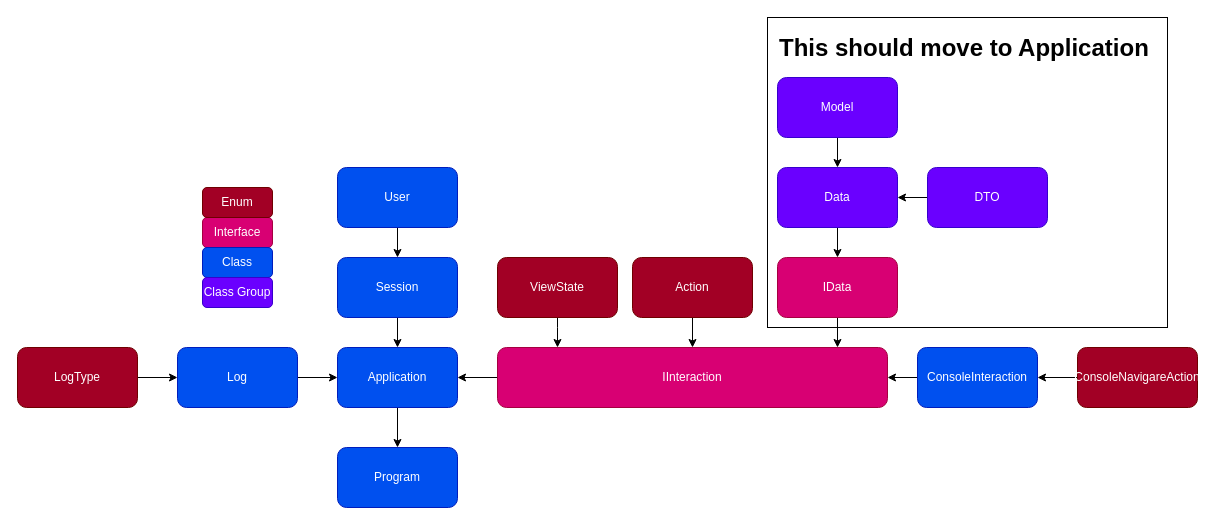
Before: Files.drawio in leo99effert/DLP, a draw.io diagram. Source tidied: cells renumbered, new cells numbered last; positions are measured from the earlier drawing's top-left corner, leaving out a move shared by most shapes. Both pictures are drawn from the tidied source at 100%, with x=0, y=0 at pixel (17, 17).
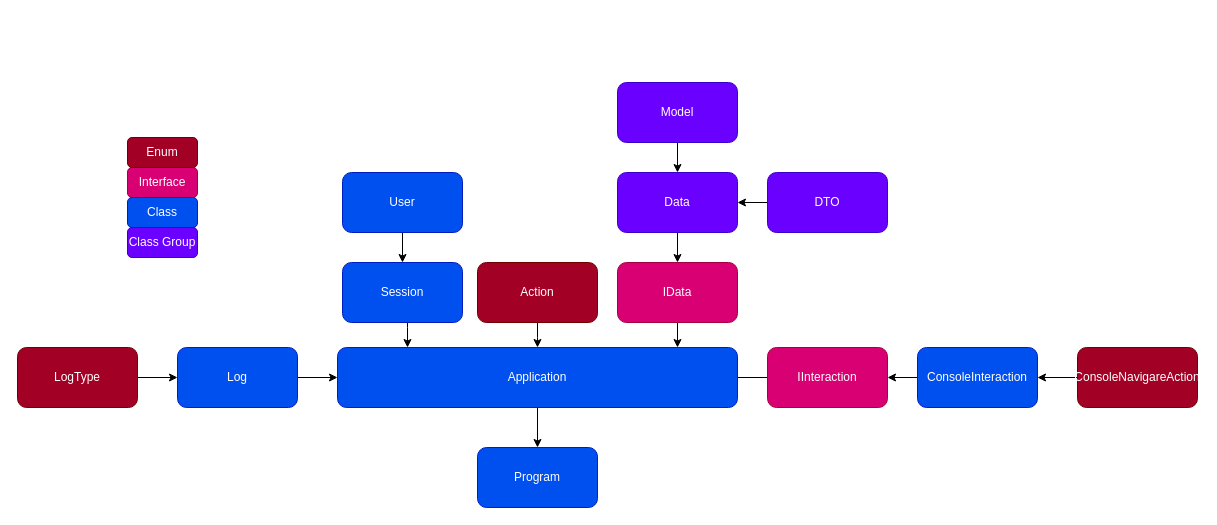
The same diagram, later.

Commit message (it also covers changes not shown here):
1.0.7 remove ViewState, move data to Application class, refactor ConsoleInteraction class

Change to the diagram source:
```diff
@@
-    <mxCell id="2" style="rounded=0;whiteSpace=wrap;html=1;" parent="1" vertex="1">
-      <mxGeometry x="750" width="400" height="310" as="geometry" />
-    </mxCell>
     <mxCell id="3" value="Program" style="rounded=1;whiteSpace=wrap;html=1;fillColor=#0050ef;fontColor=#ffffff;strokeColor=#001DBC;" parent="1" vertex="1">
-      <mxGeometry x="320" y="430" width="120" height="60" as="geometry" />
+      <mxGeometry x="460" y="430" width="120" height="60" as="geometry" />
     </mxCell>
@@
     <mxCell id="6" style="edgeStyle=orthogonalEdgeStyle;rounded=0;jettySize=auto;html=1;" parent="1" edge="1" source="7" target="11">
-      <mxGeometry relative="1" as="geometry" />
+      <mxGeometry relative="1" as="geometry">
+        <Array as="points">
+          <mxPoint x="390" y="310" />
+          <mxPoint x="390" y="310" />
+        </Array>
+      </mxGeometry>
     </mxCell>
     <mxCell id="7" value="Session" style="rounded=1;whiteSpace=wrap;html=1;fillColor=#0050ef;fontColor=#ffffff;strokeColor=#001DBC;" parent="1" vertex="1">
-      <mxGeometry x="320" y="240" width="120" height="60" as="geometry" />
+      <mxGeometry x="325" y="245" width="120" height="60" as="geometry" />
     </mxCell>
@@
     <mxCell id="9" value="IInteraction" style="rounded=1;whiteSpace=wrap;html=1;fillColor=#d80073;fontColor=#ffffff;strokeColor=#A50040;" parent="1" vertex="1">
-      <mxGeometry x="480" y="330" width="390" height="60" as="geometry" />
+      <mxGeometry x="750" y="330" width="120" height="60" as="geometry" />
     </mxCell>
@@
     <mxCell id="11" value="Application" style="rounded=1;whiteSpace=wrap;html=1;fillColor=#0050ef;fontColor=#ffffff;strokeColor=#001DBC;" parent="1" vertex="1">
-      <mxGeometry x="320" y="330" width="120" height="60" as="geometry" />
+      <mxGeometry x="320" y="330" width="400" height="60" as="geometry" />
     </mxCell>
@@
     <mxCell id="14" value="Interface" style="rounded=1;whiteSpace=wrap;html=1;fillColor=#d80073;fontColor=#ffffff;strokeColor=#A50040;" parent="1" vertex="1">
-      <mxGeometry x="185" y="200" width="70" height="30" as="geometry" />
+      <mxGeometry x="110" y="150" width="70" height="30" as="geometry" />
     </mxCell>
     <mxCell id="15" value="Class" style="rounded=1;whiteSpace=wrap;html=1;fillColor=#0050ef;fontColor=#ffffff;strokeColor=#001DBC;" parent="1" vertex="1">
-      <mxGeometry x="185" y="230" width="70" height="30" as="geometry" />
+      <mxGeometry x="110" y="180" width="70" height="30" as="geometry" />
     </mxCell>
     <mxCell id="16" value="Enum" style="rounded=1;whiteSpace=wrap;html=1;fillColor=#a20025;fontColor=#ffffff;strokeColor=#6F0000;" parent="1" vertex="1">
-      <mxGeometry x="185" y="170" width="70" height="30" as="geometry" />
+      <mxGeometry x="110" y="120" width="70" height="30" as="geometry" />
     </mxCell>
@@
     <mxCell id="20" value="User" style="rounded=1;whiteSpace=wrap;html=1;fillColor=#0050ef;fontColor=#ffffff;strokeColor=#001DBC;" parent="1" vertex="1">
-      <mxGeometry x="320" y="150" width="120" height="60" as="geometry" />
+      <mxGeometry x="325" y="155" width="120" height="60" as="geometry" />
     </mxCell>
@@
-    <mxCell id="23" style="edgeStyle=orthogonalEdgeStyle;rounded=0;jettySize=auto;html=1;" parent="1" edge="1" source="24" target="9">
-      <mxGeometry relative="1" as="geometry">
-        <Array as="points">
-          <mxPoint x="540" y="310" />
-          <mxPoint x="540" y="310" />
-        </Array>
-      </mxGeometry>
-    </mxCell>
-    <mxCell id="24" value="ViewState" style="rounded=1;whiteSpace=wrap;html=1;fillColor=#a20025;fontColor=#ffffff;strokeColor=#6F0000;" parent="1" vertex="1">
-      <mxGeometry x="480" y="240" width="120" height="60" as="geometry" />
-    </mxCell>
-    <mxCell id="25" style="edgeStyle=orthogonalEdgeStyle;rounded=0;jettySize=auto;html=1;" parent="1" edge="1" source="26" target="9">
-      <mxGeometry relative="1" as="geometry" />
-    </mxCell>
+    <mxCell id="37" style="edgeStyle=orthogonalEdgeStyle;rounded=0;jettySize=auto;html=1;" parent="1" edge="1" source="26" target="11">
+      <mxGeometry relative="1" as="geometry">
+        <Array as="points">
+          <mxPoint x="520" y="320" />
+          <mxPoint x="520" y="320" />
+        </Array>
+      </mxGeometry>
+    </mxCell>
     <mxCell id="26" value="Action" style="rounded=1;whiteSpace=wrap;html=1;fillColor=#a20025;fontColor=#ffffff;strokeColor=#6F0000;" parent="1" vertex="1">
-      <mxGeometry x="615" y="240" width="120" height="60" as="geometry" />
+      <mxGeometry x="460" y="245" width="120" height="60" as="geometry" />
     </mxCell>
-    <mxCell id="27" style="edgeStyle=orthogonalEdgeStyle;rounded=0;jettySize=auto;html=1;" parent="1" edge="1" source="28" target="9">
-      <mxGeometry relative="1" as="geometry">
-        <Array as="points">
-          <mxPoint x="820" y="330" />
-          <mxPoint x="820" y="330" />
-        </Array>
-      </mxGeometry>
-    </mxCell>
+    <mxCell id="38" style="edgeStyle=orthogonalEdgeStyle;rounded=0;jettySize=auto;html=1;" parent="1" edge="1" source="28" target="11">
+      <mxGeometry relative="1" as="geometry">
+        <Array as="points">
+          <mxPoint x="690" y="330" />
+          <mxPoint x="690" y="330" />
+        </Array>
+      </mxGeometry>
+    </mxCell>
     <mxCell id="28" value="IData" style="rounded=1;whiteSpace=wrap;html=1;fillColor=#d80073;fontColor=#ffffff;strokeColor=#A50040;" parent="1" vertex="1">
-      <mxGeometry x="760" y="240" width="120" height="60" as="geometry" />
+      <mxGeometry x="600" y="245" width="120" height="60" as="geometry" />
     </mxCell>
@@
     <mxCell id="30" value="Data" style="rounded=1;whiteSpace=wrap;html=1;fillColor=#6a00ff;fontColor=#ffffff;strokeColor=#3700CC;" parent="1" vertex="1">
-      <mxGeometry x="760" y="150" width="120" height="60" as="geometry" />
+      <mxGeometry x="600" y="155" width="120" height="60" as="geometry" />
     </mxCell>
     <mxCell id="31" value="Class Group" style="rounded=1;whiteSpace=wrap;html=1;fillColor=#6a00ff;fontColor=#ffffff;strokeColor=#3700CC;" parent="1" vertex="1">
-      <mxGeometry x="185" y="260" width="70" height="30" as="geometry" />
+      <mxGeometry x="110" y="210" width="70" height="30" as="geometry" />
     </mxCell>
@@
     <mxCell id="33" value="Model" style="rounded=1;whiteSpace=wrap;html=1;fillColor=#6a00ff;fontColor=#ffffff;strokeColor=#3700CC;" parent="1" vertex="1">
-      <mxGeometry x="760" y="60" width="120" height="60" as="geometry" />
+      <mxGeometry x="600" y="65" width="120" height="60" as="geometry" />
     </mxCell>
@@
     <mxCell id="35" value="DTO" style="rounded=1;whiteSpace=wrap;html=1;fillColor=#6a00ff;fontColor=#ffffff;strokeColor=#3700CC;" parent="1" vertex="1">
-      <mxGeometry x="910" y="150" width="120" height="60" as="geometry" />
+      <mxGeometry x="750" y="155" width="120" height="60" as="geometry" />
     </mxCell>
-    <mxCell id="36" value="&lt;h1 style=&quot;margin-top: 0px;&quot;&gt;This should move to Application&lt;/h1&gt;" style="text;html=1;whiteSpace=wrap;overflow=hidden;rounded=0;" parent="1" vertex="1">
-      <mxGeometry x="760" y="10" width="380" height="40" as="geometry" />
-    </mxCell>
```
